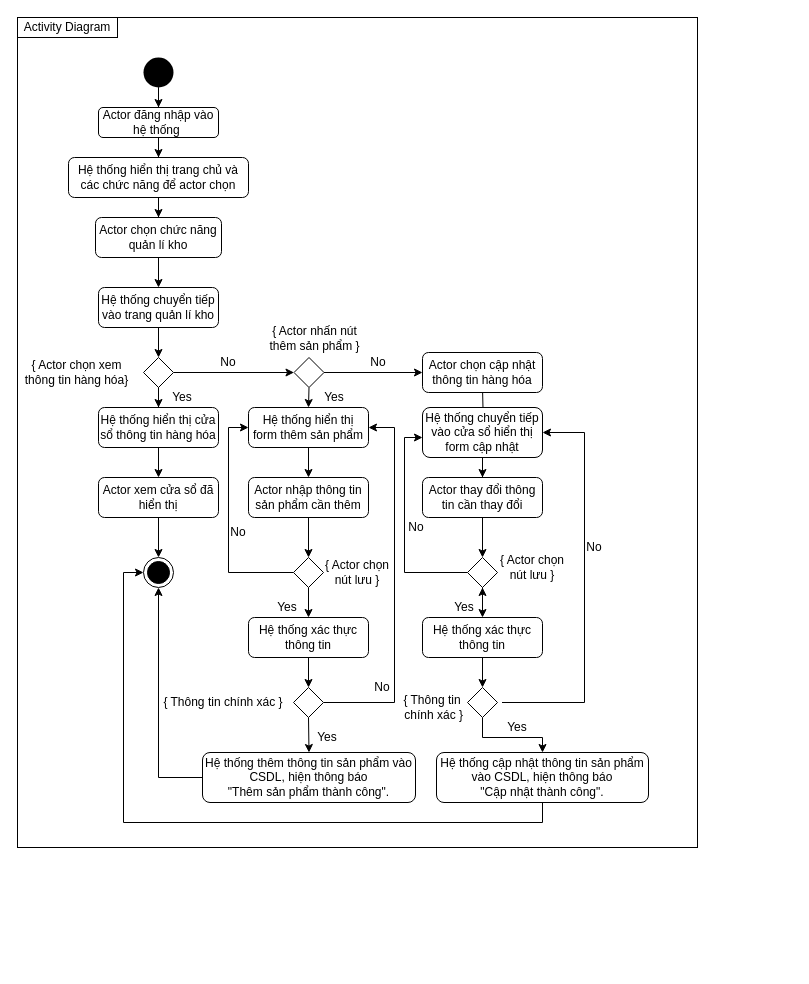
Above: Thiết kế/Activity/Quản lí kho.drawio in CNPM-Team-1/CNPM (draw.io), before the change. Source tidied: cells renumbered, new cells numbered last; positions are measured from the earlier drawing's top-left corner, leaving out a move shared by most shapes. Both pictures are drawn from the tidied source at 100%, with x=0, y=0 at pixel (17, 17).
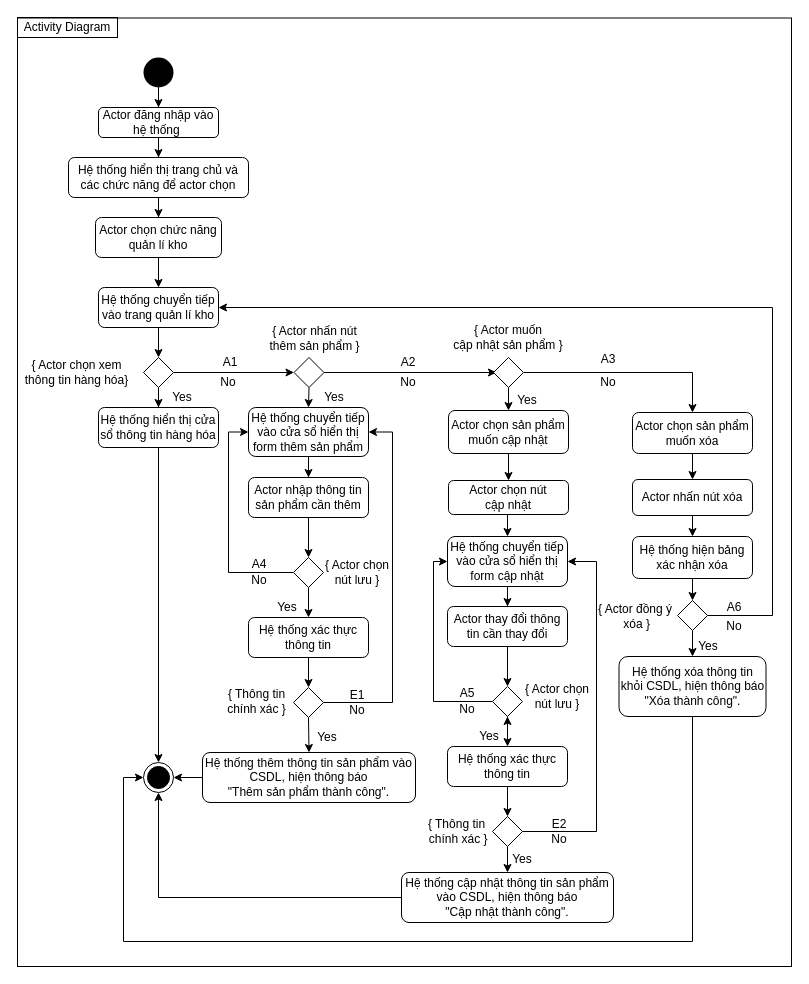
Above is the later version.

Unchanged cells that the change refers to:
```xml
<mxCell id="12" value="Hệ thống chuyển tiếp vào trang quản lí kho" style="rounded=1;whiteSpace=wrap;html=1;" parent="1" vertex="1">
  <mxGeometry x="81" y="270" width="120" height="40" as="geometry" />
</mxCell>
<mxCell id="14" value="Hệ thống hiển thị cửa sổ thông tin hàng hóa" style="rounded=1;whiteSpace=wrap;html=1;" parent="1" vertex="1">
  <mxGeometry x="81" y="390" width="120" height="40" as="geometry" />
</mxCell>
<mxCell id="21" style="rhombus;" parent="1" vertex="1">
  <mxGeometry x="276.5" y="340" width="30" height="30" as="geometry" />
</mxCell>
<mxCell id="32" value="Hệ thống thêm thông tin sản phẩm vào CSDL, hiện thông báo &lt;br&gt;&quot;Thêm sản phẩm thành công&quot;." style="rounded=1;whiteSpace=wrap;html=1;" parent="1" vertex="1">
  <mxGeometry x="185" y="735" width="213" height="50" as="geometry" />
</mxCell>
<mxCell id="42" style="rhombus;" parent="1" vertex="1">
  <mxGeometry x="276" y="670" width="30" height="30" as="geometry" />
</mxCell>
```

Diff of the diagram source:
```diff
@@
     <mxCell id="2" style="rounded=0;whiteSpace=wrap;html=1;fillColor=none;" parent="1" vertex="1">
-      <mxGeometry width="680" height="830" as="geometry" />
+      <mxGeometry y="0.5" width="774" height="948.5" as="geometry" />
     </mxCell>
@@
-    <mxCell id="13" style="edgeStyle=orthogonalEdgeStyle;rounded=0;jettySize=auto;html=1;" parent="1" edge="1" source="14" target="24">
+    <mxCell id="13" style="edgeStyle=orthogonalEdgeStyle;rounded=0;jettySize=auto;html=1;entryX=0.5;entryY=0;entryDx=0;entryDy=0;" parent="1" edge="1" source="14" target="25">
       <mxGeometry relative="1" as="geometry" />
     </mxCell>
@@
-    <mxCell id="19" style="edgeStyle=orthogonalEdgeStyle;rounded=0;jettySize=auto;html=1;exitX=1;exitY=0.5;exitDx=0;exitDy=0;entryX=0;entryY=0.5;entryDx=0;entryDy=0;" parent="1" edge="1" source="21" target="63">
+    <mxCell id="19" style="edgeStyle=orthogonalEdgeStyle;rounded=0;jettySize=auto;html=1;exitX=1;exitY=0.5;exitDx=0;exitDy=0;entryX=0.1;entryY=0.5;entryDx=0;entryDy=0;entryPerimeter=0;" parent="1" edge="1" source="21" target="84">
       <mxGeometry relative="1" as="geometry" />
     </mxCell>
@@
-    <mxCell id="22" style="edgeStyle=orthogonalEdgeStyle;rounded=0;jettySize=auto;html=1;" parent="1" edge="1" target="34">
-      <mxGeometry relative="1" as="geometry">
-        <mxPoint x="465" y="370" as="sourcePoint" />
-      </mxGeometry>
-    </mxCell>
-    <mxCell id="23" style="edgeStyle=orthogonalEdgeStyle;rounded=0;jettySize=auto;html=1;" parent="1" edge="1" source="24" target="25">
-      <mxGeometry relative="1" as="geometry" />
-    </mxCell>
-    <mxCell id="24" value="Actor xem cửa sổ đã hiển thị" style="rounded=1;whiteSpace=wrap;html=1;" parent="1" vertex="1">
-      <mxGeometry x="81" y="460" width="120" height="40" as="geometry" />
-    </mxCell>
     <mxCell id="25" style="ellipse;html=1;shape=endState;fillColor=#000000;strokeColor=#000000;" parent="1" vertex="1">
-      <mxGeometry x="126" y="540" width="30" height="30" as="geometry" />
+      <mxGeometry x="126" y="745" width="30" height="30" as="geometry" />
     </mxCell>
@@
-    <mxCell id="27" value="Hệ thống hiển thị form thêm sản phẩm" style="rounded=1;whiteSpace=wrap;html=1;" parent="1" vertex="1">
-      <mxGeometry x="231" y="390" width="120" height="40" as="geometry" />
+    <mxCell id="27" value="Hệ thống chuyển tiếp vào cửa sổ hiển thị form thêm sản phẩm" style="rounded=1;whiteSpace=wrap;html=1;" parent="1" vertex="1">
+      <mxGeometry x="231" y="390" width="120" height="49" as="geometry" />
     </mxCell>
@@
-    <mxCell id="31" style="edgeStyle=orthogonalEdgeStyle;rounded=0;jettySize=auto;html=1;exitX=0;exitY=0.5;exitDx=0;exitDy=0;entryX=0.5;entryY=1;entryDx=0;entryDy=0;" parent="1" edge="1" source="32" target="25">
+    <mxCell id="31" style="edgeStyle=orthogonalEdgeStyle;rounded=0;jettySize=auto;html=1;exitX=0;exitY=0.5;exitDx=0;exitDy=0;entryX=1;entryY=0.5;entryDx=0;entryDy=0;" parent="1" edge="1" source="32" target="25">
       <mxGeometry relative="1" as="geometry" />
     </mxCell>
@@
     <mxCell id="34" value="Hệ thống chuyển tiếp vào cửa sổ hiển thị form cập nhật" style="rounded=1;whiteSpace=wrap;html=1;" parent="1" vertex="1">
-      <mxGeometry x="405" y="390" width="120" height="50" as="geometry" />
+      <mxGeometry x="430" y="519" width="120" height="50" as="geometry" />
     </mxCell>
     <mxCell id="35" style="edgeStyle=orthogonalEdgeStyle;rounded=0;jettySize=auto;html=1;" parent="1" edge="1" source="58">
       <mxGeometry relative="1" as="geometry">
-        <mxPoint x="465" y="570" as="targetPoint" />
+        <mxPoint x="490" y="699" as="targetPoint" />
       </mxGeometry>
     </mxCell>
     <mxCell id="36" value="Actor thay đổi thông tin cần thay đổi" style="rounded=1;whiteSpace=wrap;html=1;" parent="1" vertex="1">
-      <mxGeometry x="405" y="460" width="120" height="40" as="geometry" />
+      <mxGeometry x="430" y="589" width="120" height="40" as="geometry" />
     </mxCell>
@@
     <mxCell id="41" style="edgeStyle=orthogonalEdgeStyle;rounded=0;jettySize=auto;html=1;exitX=1;exitY=0.5;exitDx=0;exitDy=0;entryX=1;entryY=0.5;entryDx=0;entryDy=0;" parent="1" edge="1" source="42" target="27">
       <mxGeometry relative="1" as="geometry">
         <Array as="points">
-          <mxPoint x="377" y="685" />
-          <mxPoint x="377" y="410" />
+          <mxPoint x="375" y="685" />
+          <mxPoint x="375" y="415" />
         </Array>
       </mxGeometry>
     </mxCell>
@@
-    <mxCell id="43" value="{ Thông tin chính xác }" style="text;html=1;strokeColor=none;fillColor=none;align=center;verticalAlign=middle;whiteSpace=wrap;rounded=0;" parent="1" vertex="1">
-      <mxGeometry x="136" y="675" width="140" height="20" as="geometry" />
+    <mxCell id="43" value="{ Thông tin &lt;br&gt;chính xác }" style="text;html=1;strokeColor=none;fillColor=none;align=center;verticalAlign=middle;whiteSpace=wrap;rounded=0;" parent="1" vertex="1">
+      <mxGeometry x="204" y="674" width="71" height="20" as="geometry" />
     </mxCell>
@@
     <mxCell id="45" value="Hệ thống xác thực thông tin" style="rounded=1;whiteSpace=wrap;html=1;" parent="1" vertex="1">
-      <mxGeometry x="405" y="600" width="120" height="40" as="geometry" />
+      <mxGeometry x="430" y="729" width="120" height="40" as="geometry" />
     </mxCell>
+    <mxCell id="74" style="edgeStyle=orthogonalEdgeStyle;rounded=0;jettySize=auto;html=1;exitX=1;exitY=0.5;exitDx=0;exitDy=0;entryX=1;entryY=0.5;entryDx=0;entryDy=0;" parent="1" edge="1" source="47" target="34">
+      <mxGeometry relative="1" as="geometry">
+        <Array as="points">
+          <mxPoint x="579" y="814" />
+          <mxPoint x="579" y="544" />
+        </Array>
+      </mxGeometry>
+    </mxCell>
-    <mxCell id="46" style="edgeStyle=orthogonalEdgeStyle;rounded=0;jettySize=auto;html=1;" parent="1" edge="1" source="47" target="51">
-      <mxGeometry relative="1" as="geometry">
-        <Array as="points">
-          <mxPoint x="465" y="720" />
-          <mxPoint x="525" y="720" />
-        </Array>
-      </mxGeometry>
+    <mxCell id="46" style="edgeStyle=orthogonalEdgeStyle;rounded=0;jettySize=auto;html=1;exitX=0.5;exitY=1;exitDx=0;exitDy=0;entryX=0.5;entryY=0;entryDx=0;entryDy=0;" parent="1" edge="1" source="47" target="51">
+      <mxGeometry relative="1" as="geometry" />
     </mxCell>
     <mxCell id="47" style="rhombus;" parent="1" vertex="1">
-      <mxGeometry x="450" y="670" width="30" height="30" as="geometry" />
+      <mxGeometry x="475" y="799" width="30" height="30" as="geometry" />
     </mxCell>
     <mxCell id="48" value="{ Thông tin&lt;br&gt;&amp;nbsp;chính xác }" style="text;html=1;strokeColor=none;fillColor=none;align=center;verticalAlign=middle;whiteSpace=wrap;rounded=0;" parent="1" vertex="1">
-      <mxGeometry x="344.5" y="680" width="140" height="20" as="geometry" />
+      <mxGeometry x="404" y="804" width="71" height="20" as="geometry" />
     </mxCell>
-    <mxCell id="49" style="edgeStyle=orthogonalEdgeStyle;rounded=0;jettySize=auto;html=1;exitX=0.5;exitY=1;exitDx=0;exitDy=0;entryX=0;entryY=0.5;entryDx=0;entryDy=0;" parent="1" edge="1" source="51" target="25">
+    <mxCell id="49" style="edgeStyle=orthogonalEdgeStyle;rounded=0;jettySize=auto;html=1;exitX=0;exitY=0.5;exitDx=0;exitDy=0;entryX=0.5;entryY=1;entryDx=0;entryDy=0;" parent="1" edge="1" source="51" target="25">
       <mxGeometry relative="1" as="geometry" />
     </mxCell>
-    <mxCell id="50" style="edgeStyle=orthogonalEdgeStyle;rounded=0;jettySize=auto;html=1;entryX=1;entryY=0.5;entryDx=0;entryDy=0;exitX=1;exitY=0.25;exitDx=0;exitDy=0;" parent="1" edge="1" source="48" target="34">
-      <mxGeometry relative="1" as="geometry">
-        <Array as="points">
-          <mxPoint x="567" y="685" />
-          <mxPoint x="567" y="415" />
-        </Array>
-      </mxGeometry>
-    </mxCell>
     <mxCell id="51" value="Hệ thống cập nhật thông tin sản phẩm vào CSDL, hiện thông báo &lt;br&gt;&quot;Cập nhật thành công&quot;." style="rounded=1;whiteSpace=wrap;html=1;" parent="1" vertex="1">
-      <mxGeometry x="419" y="735" width="212" height="50" as="geometry" />
+      <mxGeometry x="384" y="855" width="212" height="50" as="geometry" />
     </mxCell>
@@
     <mxCell id="56" value="{ Actor chọn &lt;br&gt;nút lưu }" style="text;html=1;strokeColor=none;fillColor=none;align=center;verticalAlign=middle;whiteSpace=wrap;rounded=0;" parent="1" vertex="1">
-      <mxGeometry x="457" y="540" width="116" height="20" as="geometry" />
+      <mxGeometry x="482" y="669" width="116" height="20" as="geometry" />
     </mxCell>
-    <mxCell id="57" style="edgeStyle=orthogonalEdgeStyle;rounded=0;jettySize=auto;html=1;exitX=0;exitY=0.5;exitDx=0;exitDy=0;" parent="1" edge="1" source="58">
-      <mxGeometry relative="1" as="geometry">
-        <mxPoint x="405" y="420" as="targetPoint" />
-        <Array as="points">
-          <mxPoint x="387" y="555" />
-          <mxPoint x="387" y="420" />
-        </Array>
-      </mxGeometry>
-    </mxCell>
+    <mxCell id="75" style="edgeStyle=orthogonalEdgeStyle;rounded=0;jettySize=auto;html=1;exitX=0;exitY=0.5;exitDx=0;exitDy=0;entryX=0;entryY=0.5;entryDx=0;entryDy=0;" parent="1" edge="1" source="58" target="34">
+      <mxGeometry relative="1" as="geometry">
+        <Array as="points">
+          <mxPoint x="416" y="684" />
+          <mxPoint x="416" y="544" />
+        </Array>
+      </mxGeometry>
+    </mxCell>
     <mxCell id="58" style="rhombus;" parent="1" vertex="1">
-      <mxGeometry x="450" y="540" width="30" height="30" as="geometry" />
+      <mxGeometry x="475" y="669" width="30" height="30" as="geometry" />
     </mxCell>
@@
     <mxCell id="60" value="No" style="text;html=1;strokeColor=none;fillColor=none;align=center;verticalAlign=middle;whiteSpace=wrap;rounded=0;" parent="1" vertex="1">
-      <mxGeometry x="344.5" y="660" width="40" height="20" as="geometry" />
+      <mxGeometry x="320" y="683" width="40" height="20" as="geometry" />
     </mxCell>
@@
-    <mxCell id="63" value="&lt;span&gt;Actor chọn cập nhật thông tin hàng hóa&lt;/span&gt;" style="rounded=1;whiteSpace=wrap;html=1;" parent="1" vertex="1">
-      <mxGeometry x="405" y="335" width="120" height="40" as="geometry" />
-    </mxCell>
@@
     <mxCell id="65" value="Yes" style="text;html=1;strokeColor=none;fillColor=none;align=center;verticalAlign=middle;whiteSpace=wrap;rounded=0;" parent="1" vertex="1">
-      <mxGeometry x="427" y="580" width="40" height="20" as="geometry" />
+      <mxGeometry x="452" y="709" width="40" height="20" as="geometry" />
     </mxCell>
     <mxCell id="66" value="Yes" style="text;html=1;strokeColor=none;fillColor=none;align=center;verticalAlign=middle;whiteSpace=wrap;rounded=0;" parent="1" vertex="1">
-      <mxGeometry x="480" y="700" width="40" height="20" as="geometry" />
+      <mxGeometry x="485" y="832" width="40" height="20" as="geometry" />
     </mxCell>
@@
     <mxCell id="68" value="No" style="text;html=1;strokeColor=none;fillColor=none;align=center;verticalAlign=middle;whiteSpace=wrap;rounded=0;" parent="1" vertex="1">
-      <mxGeometry x="191" y="335" width="40" height="20" as="geometry" />
+      <mxGeometry x="191" y="355" width="40" height="20" as="geometry" />
     </mxCell>
     <mxCell id="69" value="No" style="text;html=1;strokeColor=none;fillColor=none;align=center;verticalAlign=middle;whiteSpace=wrap;rounded=0;" parent="1" vertex="1">
-      <mxGeometry x="341" y="335" width="40" height="20" as="geometry" />
+      <mxGeometry x="371" y="355" width="40" height="20" as="geometry" />
     </mxCell>
     <mxCell id="70" value="No" style="text;html=1;strokeColor=none;fillColor=none;align=center;verticalAlign=middle;whiteSpace=wrap;rounded=0;" parent="1" vertex="1">
-      <mxGeometry x="557" y="520" width="40" height="20" as="geometry" />
+      <mxGeometry x="522" y="812" width="40" height="20" as="geometry" />
     </mxCell>
     <mxCell id="71" value="No" style="text;html=1;strokeColor=none;fillColor=none;align=center;verticalAlign=middle;whiteSpace=wrap;rounded=0;" parent="1" vertex="1">
-      <mxGeometry x="201" y="505" width="40" height="20" as="geometry" />
+      <mxGeometry x="222" y="553" width="40" height="20" as="geometry" />
     </mxCell>
     <mxCell id="72" value="No" style="text;html=1;strokeColor=none;fillColor=none;align=center;verticalAlign=middle;whiteSpace=wrap;rounded=0;" parent="1" vertex="1">
-      <mxGeometry x="379" y="500" width="40" height="20" as="geometry" />
+      <mxGeometry x="430" y="682" width="40" height="20" as="geometry" />
     </mxCell>
@@
+    <mxCell id="76" value="A1" style="text;html=1;strokeColor=none;fillColor=none;align=center;verticalAlign=middle;whiteSpace=wrap;rounded=0;" parent="1" vertex="1">
+      <mxGeometry x="193" y="335" width="40" height="20" as="geometry" />
+    </mxCell>
+    <mxCell id="77" value="A2" style="text;html=1;strokeColor=none;fillColor=none;align=center;verticalAlign=middle;whiteSpace=wrap;rounded=0;" parent="1" vertex="1">
+      <mxGeometry x="371" y="335" width="40" height="20" as="geometry" />
+    </mxCell>
+    <mxCell id="78" value="A4" style="text;html=1;strokeColor=none;fillColor=none;align=center;verticalAlign=middle;whiteSpace=wrap;rounded=0;" parent="1" vertex="1">
+      <mxGeometry x="222" y="537" width="40" height="20" as="geometry" />
+    </mxCell>
+    <mxCell id="79" value="E1" style="text;html=1;strokeColor=none;fillColor=none;align=center;verticalAlign=middle;whiteSpace=wrap;rounded=0;" parent="1" vertex="1">
+      <mxGeometry x="320" y="668" width="40" height="20" as="geometry" />
+    </mxCell>
+    <mxCell id="80" value="E2" style="text;html=1;strokeColor=none;fillColor=none;align=center;verticalAlign=middle;whiteSpace=wrap;rounded=0;" parent="1" vertex="1">
+      <mxGeometry x="522" y="797" width="40" height="20" as="geometry" />
+    </mxCell>
+    <mxCell id="81" value="A5" style="text;html=1;strokeColor=none;fillColor=none;align=center;verticalAlign=middle;whiteSpace=wrap;rounded=0;" parent="1" vertex="1">
+      <mxGeometry x="430" y="666" width="40" height="20" as="geometry" />
+    </mxCell>
+    <mxCell id="82" style="edgeStyle=orthogonalEdgeStyle;rounded=0;jettySize=auto;html=1;exitX=0.5;exitY=1;exitDx=0;exitDy=0;entryX=0.5;entryY=0;entryDx=0;entryDy=0;" parent="1" edge="1" source="84" target="87">
+      <mxGeometry relative="1" as="geometry" />
+    </mxCell>
+    <mxCell id="83" style="edgeStyle=orthogonalEdgeStyle;rounded=0;jettySize=auto;html=1;exitX=1;exitY=0.5;exitDx=0;exitDy=0;entryX=0.5;entryY=0;entryDx=0;entryDy=0;" parent="1" edge="1" source="84" target="91">
+      <mxGeometry relative="1" as="geometry" />
+    </mxCell>
+    <mxCell id="84" style="rhombus;" parent="1" vertex="1">
+      <mxGeometry x="476" y="340" width="30" height="30" as="geometry" />
+    </mxCell>
+    <mxCell id="85" value="{ Actor muốn &lt;br&gt;cập nhật sản phẩm }" style="text;html=1;strokeColor=none;fillColor=none;align=center;verticalAlign=middle;whiteSpace=wrap;rounded=0;" parent="1" vertex="1">
+      <mxGeometry x="430" y="310" width="122" height="20" as="geometry" />
+    </mxCell>
+    <mxCell id="86" style="edgeStyle=orthogonalEdgeStyle;rounded=0;jettySize=auto;html=1;exitX=0.5;exitY=1;exitDx=0;exitDy=0;entryX=0.5;entryY=0;entryDx=0;entryDy=0;" parent="1" edge="1" source="87" target="89">
+      <mxGeometry relative="1" as="geometry" />
+    </mxCell>
+    <mxCell id="87" value="Actor chọn sản phẩm muốn cập nhật" style="rounded=1;whiteSpace=wrap;html=1;" parent="1" vertex="1">
+      <mxGeometry x="431" y="393" width="120" height="43" as="geometry" />
+    </mxCell>
+    <mxCell id="88" style="edgeStyle=orthogonalEdgeStyle;rounded=0;jettySize=auto;html=1;exitX=0.5;exitY=1;exitDx=0;exitDy=0;entryX=0.5;entryY=0;entryDx=0;entryDy=0;" parent="1" edge="1" source="89" target="34">
+      <mxGeometry relative="1" as="geometry" />
+    </mxCell>
+    <mxCell id="89" value="Actor chọn nút &lt;br&gt;cập nhật" style="rounded=1;whiteSpace=wrap;html=1;" parent="1" vertex="1">
+      <mxGeometry x="431" y="463" width="120" height="34" as="geometry" />
+    </mxCell>
+    <mxCell id="90" style="edgeStyle=orthogonalEdgeStyle;rounded=0;jettySize=auto;html=1;exitX=0.5;exitY=1;exitDx=0;exitDy=0;entryX=0.5;entryY=0;entryDx=0;entryDy=0;" parent="1" edge="1" source="91" target="95">
+      <mxGeometry relative="1" as="geometry" />
+    </mxCell>
+    <mxCell id="91" value="Actor chọn sản phẩm muốn xóa" style="rounded=1;whiteSpace=wrap;html=1;" parent="1" vertex="1">
+      <mxGeometry x="615" y="395" width="120" height="41" as="geometry" />
+    </mxCell>
+    <mxCell id="92" style="edgeStyle=orthogonalEdgeStyle;rounded=0;jettySize=auto;html=1;exitX=0.5;exitY=1;exitDx=0;exitDy=0;entryX=0.5;entryY=0;entryDx=0;entryDy=0;" parent="1" edge="1" source="93" target="98">
+      <mxGeometry relative="1" as="geometry" />
+    </mxCell>
+    <mxCell id="93" value="Hệ thống hiện bảng xác nhận xóa" style="rounded=1;whiteSpace=wrap;html=1;" parent="1" vertex="1">
+      <mxGeometry x="615" y="519" width="120" height="42" as="geometry" />
+    </mxCell>
+    <mxCell id="94" style="edgeStyle=orthogonalEdgeStyle;rounded=0;jettySize=auto;html=1;exitX=0.5;exitY=1;exitDx=0;exitDy=0;entryX=0.5;entryY=0;entryDx=0;entryDy=0;" parent="1" edge="1" source="95" target="93">
+      <mxGeometry relative="1" as="geometry" />
+    </mxCell>
+    <mxCell id="95" value="Actor nhấn nút xóa" style="rounded=1;whiteSpace=wrap;html=1;" parent="1" vertex="1">
+      <mxGeometry x="615" y="462" width="120" height="36" as="geometry" />
+    </mxCell>
+    <mxCell id="96" style="edgeStyle=orthogonalEdgeStyle;rounded=0;jettySize=auto;html=1;exitX=1;exitY=0.5;exitDx=0;exitDy=0;entryX=1;entryY=0.5;entryDx=0;entryDy=0;" parent="1" edge="1" source="98" target="12">
+      <mxGeometry relative="1" as="geometry">
+        <Array as="points">
+          <mxPoint x="755" y="598" />
+          <mxPoint x="755" y="290" />
+        </Array>
+      </mxGeometry>
+    </mxCell>
+    <mxCell id="97" style="edgeStyle=orthogonalEdgeStyle;rounded=0;jettySize=auto;html=1;exitX=0.5;exitY=1;exitDx=0;exitDy=0;entryX=0.5;entryY=0;entryDx=0;entryDy=0;" parent="1" edge="1" source="98" target="101">
+      <mxGeometry relative="1" as="geometry" />
+    </mxCell>
+    <mxCell id="98" style="rhombus;" parent="1" vertex="1">
+      <mxGeometry x="660" y="583" width="30" height="30" as="geometry" />
+    </mxCell>
+    <mxCell id="99" value="{ Actor đồng ý&lt;br&gt;&amp;nbsp;xóa }" style="text;html=1;strokeColor=none;fillColor=none;align=center;verticalAlign=middle;whiteSpace=wrap;rounded=0;" parent="1" vertex="1">
+      <mxGeometry x="576" y="589" width="84" height="20" as="geometry" />
+    </mxCell>
+    <mxCell id="100" style="edgeStyle=orthogonalEdgeStyle;rounded=0;jettySize=auto;html=1;exitX=0.5;exitY=1;exitDx=0;exitDy=0;entryX=0;entryY=0.5;entryDx=0;entryDy=0;" parent="1" edge="1" source="101" target="25">
+      <mxGeometry relative="1" as="geometry">
+        <Array as="points">
+          <mxPoint x="675" y="924" />
+          <mxPoint x="106" y="924" />
+          <mxPoint x="106" y="760" />
+        </Array>
+      </mxGeometry>
+    </mxCell>
+    <mxCell id="101" value="Hệ thống xóa thông tin khỏi CSDL, hiện thông báo &quot;Xóa thành công&quot;." style="rounded=1;whiteSpace=wrap;html=1;" parent="1" vertex="1">
+      <mxGeometry x="601.5" y="639" width="147" height="60" as="geometry" />
+    </mxCell>
+    <mxCell id="102" value="A3" style="text;html=1;strokeColor=none;fillColor=none;align=center;verticalAlign=middle;whiteSpace=wrap;rounded=0;" parent="1" vertex="1">
+      <mxGeometry x="571" y="332" width="40" height="20" as="geometry" />
+    </mxCell>
+    <mxCell id="103" value="No" style="text;html=1;strokeColor=none;fillColor=none;align=center;verticalAlign=middle;whiteSpace=wrap;rounded=0;" parent="1" vertex="1">
+      <mxGeometry x="571" y="355" width="40" height="20" as="geometry" />
+    </mxCell>
+    <mxCell id="104" value="Yes" style="text;html=1;strokeColor=none;fillColor=none;align=center;verticalAlign=middle;whiteSpace=wrap;rounded=0;" parent="1" vertex="1">
+      <mxGeometry x="490" y="373" width="40" height="20" as="geometry" />
+    </mxCell>
+    <mxCell id="105" value="Yes" style="text;html=1;strokeColor=none;fillColor=none;align=center;verticalAlign=middle;whiteSpace=wrap;rounded=0;" parent="1" vertex="1">
+      <mxGeometry x="671" y="619" width="40" height="20" as="geometry" />
+    </mxCell>
+    <mxCell id="106" value="No" style="text;html=1;strokeColor=none;fillColor=none;align=center;verticalAlign=middle;whiteSpace=wrap;rounded=0;" parent="1" vertex="1">
+      <mxGeometry x="697" y="599" width="40" height="20" as="geometry" />
+    </mxCell>
+    <mxCell id="107" value="A6" style="text;html=1;strokeColor=none;fillColor=none;align=center;verticalAlign=middle;whiteSpace=wrap;rounded=0;" parent="1" vertex="1">
+      <mxGeometry x="697" y="580" width="40" height="20" as="geometry" />
+    </mxCell>
```
